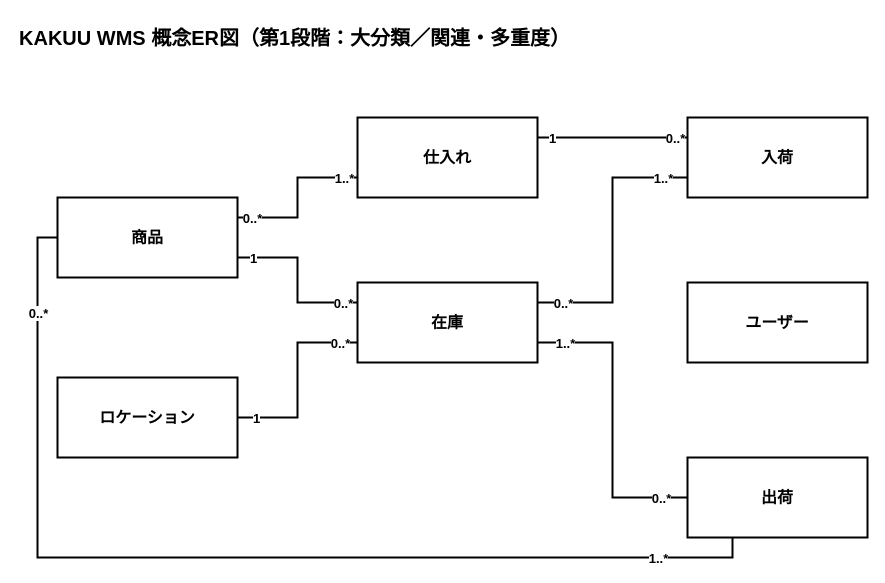
This is docs/3_要件定義/06_概念ER図/drawio/KAKUU_WMS_概念ER図_第1段階_線・多重度追加.drawio from hino-115/kakuu-wms, a draw.io file, before an edit. Source tidied: cells renumbered, new cells numbered last; positions are measured from the earlier drawing's top-left corner, leaving out a move shared by most shapes. Both pictures are drawn from the tidied source at 100%, with x=0, y=0 at pixel (17, 17).
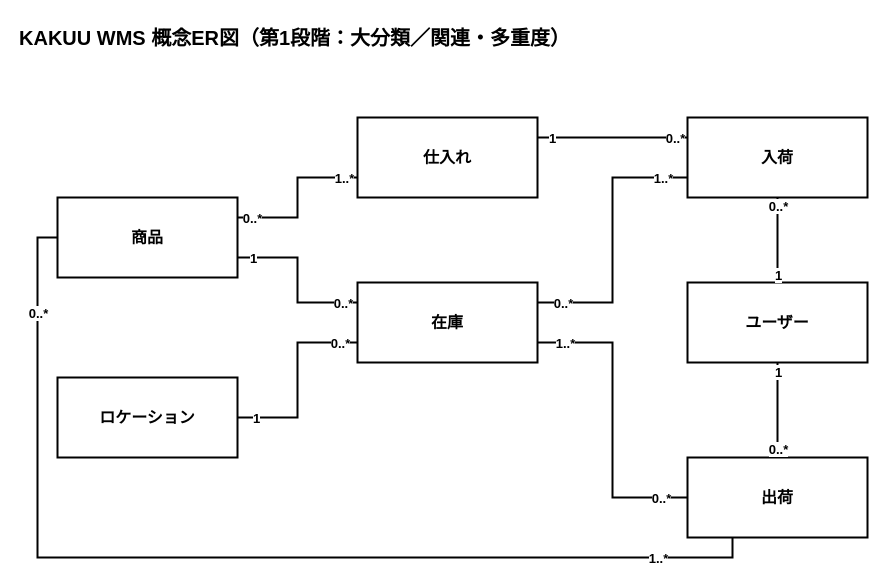
After the change.

The change refers to these unchanged cells:
```xml
<mxCell id="5" value="入荷" style="rounded=0;whiteSpace=wrap;html=1;fillColor=#ffffff;strokeColor=#000000;strokeWidth=2;fontSize=16;fontStyle=1;align=center;verticalAlign=middle;" parent="1" vertex="1">
  <mxGeometry x="670" y="100" width="180" height="80" as="geometry" />
</mxCell>
<mxCell id="7" value="出荷" style="rounded=0;whiteSpace=wrap;html=1;fillColor=#ffffff;strokeColor=#000000;strokeWidth=2;fontSize=16;fontStyle=1;align=center;verticalAlign=middle;" parent="1" vertex="1">
  <mxGeometry x="670" y="440" width="180" height="80" as="geometry" />
</mxCell>
<mxCell id="9" value="ユーザー" style="rounded=0;whiteSpace=wrap;html=1;fillColor=#ffffff;strokeColor=#000000;strokeWidth=2;fontSize=16;fontStyle=1;align=center;verticalAlign=middle;" parent="1" vertex="1">
  <mxGeometry x="670" y="265" width="180" height="80" as="geometry" />
</mxCell>
```

Diff of the diagram source:
```diff
@@
+    <mxCell id="31" style="edgeStyle=orthogonalEdgeStyle;rounded=0;jettySize=auto;html=1;endArrow=none;startArrow=none;strokeWidth=2;entryX=0.5;entryY=1;exitX=0.5;exitY=0;exitDx=0;exitDy=0;entryDx=0;entryDy=0;" parent="1" edge="1" source="9" target="5">
+      <mxGeometry relative="1" as="geometry" />
+    </mxCell>
+    <mxCell id="32" value="1" style="edgeLabel;html=1;align=center;verticalAlign=middle;fontSize=13;fontStyle=1;labelBackgroundColor=#ffffff;" parent="31" vertex="1">
+      <mxGeometry x="-0.82" relative="1" as="geometry" />
+    </mxCell>
+    <mxCell id="33" value="0..*" style="edgeLabel;html=1;align=center;verticalAlign=middle;fontSize=13;fontStyle=1;labelBackgroundColor=#ffffff;" parent="31" vertex="1">
+      <mxGeometry x="0.82" relative="1" as="geometry" />
+    </mxCell>
+    <mxCell id="34" style="edgeStyle=orthogonalEdgeStyle;rounded=0;jettySize=auto;html=1;endArrow=none;startArrow=none;strokeWidth=2;entryX=0.5;entryY=0;exitX=0.5;exitY=1;exitDx=0;exitDy=0;entryDx=0;entryDy=0;" parent="1" edge="1" source="9" target="7">
+      <mxGeometry relative="1" as="geometry" />
+    </mxCell>
+    <mxCell id="35" value="1" style="edgeLabel;html=1;align=center;verticalAlign=middle;fontSize=13;fontStyle=1;labelBackgroundColor=#ffffff;" parent="34" vertex="1">
+      <mxGeometry x="-0.82" relative="1" as="geometry" />
+    </mxCell>
+    <mxCell id="36" value="0..*" style="edgeLabel;html=1;align=center;verticalAlign=middle;fontSize=13;fontStyle=1;labelBackgroundColor=#ffffff;" parent="34" vertex="1">
+      <mxGeometry x="0.82" relative="1" as="geometry" />
+    </mxCell>
```
